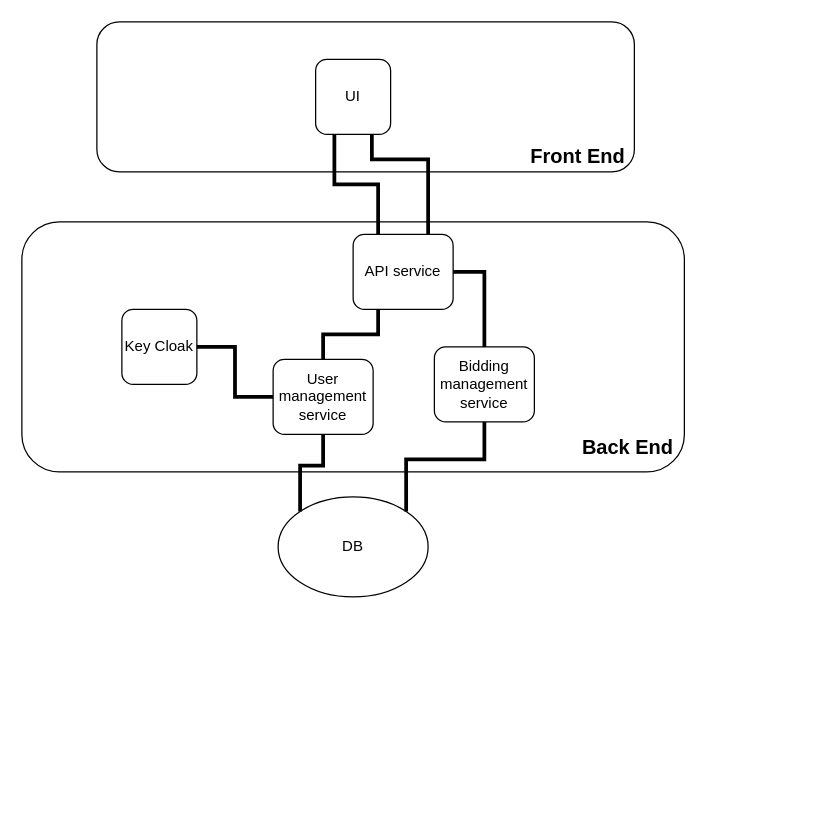
The draw.io diagram Service_diagram.drawio in malshan1998/draw.io, before the edit. Source tidied: cells renumbered, new cells numbered last; positions are measured from the earlier drawing's top-left corner, leaving out a move shared by most shapes. Both pictures are drawn from the tidied source at 125%, with x=0, y=0 at pixel (21, 21).
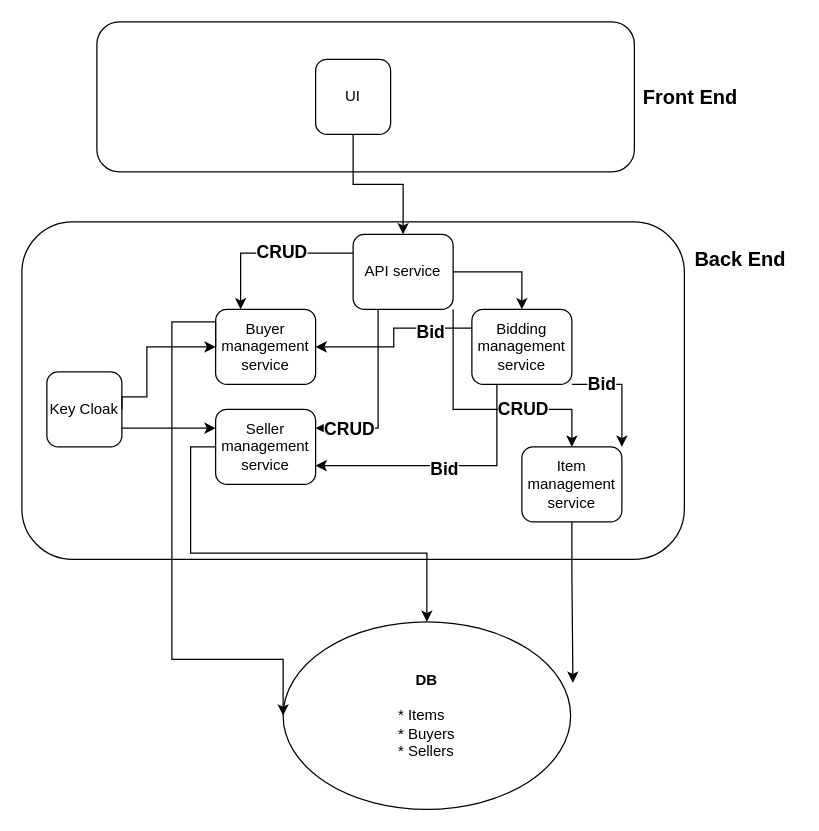
The same diagram, later.

The change refers to these unchanged cells:
```xml
<mxCell id="15" value="UI" style="rounded=1;whiteSpace=wrap;html=1;fillColor=none;" parent="1" vertex="1">
  <mxGeometry x="235" y="30" width="60" height="60" as="geometry" />
</mxCell>
<mxCell id="18" value="API service" style="rounded=1;whiteSpace=wrap;html=1;fillColor=none;" parent="1" vertex="1">
  <mxGeometry x="265" y="170" width="80" height="60" as="geometry" />
</mxCell>
```

Diff of the diagram source:
```diff
@@
-    <mxCell id="2" value="&lt;div&gt;DB&lt;/div&gt;" style="ellipse;whiteSpace=wrap;html=1;fillColor=none;" parent="1" vertex="1">
-      <mxGeometry x="205" y="380" width="120" height="80" as="geometry" />
+    <mxCell id="2" value="&lt;div&gt;&lt;b&gt;DB&lt;/b&gt;&lt;/div&gt;&lt;div align=&quot;left&quot;&gt;&lt;br&gt;&lt;/div&gt;&lt;div align=&quot;left&quot;&gt;* Items&lt;/div&gt;&lt;div align=&quot;left&quot;&gt;* Buyers&lt;/div&gt;&lt;div align=&quot;left&quot;&gt;* Sellers&lt;br&gt;&lt;/div&gt;" style="ellipse;whiteSpace=wrap;html=1;fillColor=none;" parent="1" vertex="1">
+      <mxGeometry x="209" y="480" width="230" height="150" as="geometry" />
     </mxCell>
     <mxCell id="3" style="rounded=1;whiteSpace=wrap;html=1;align=center;fillColor=none;" parent="1" vertex="1">
-      <mxGeometry y="160" width="530" height="200" as="geometry" />
+      <mxGeometry y="160" width="530" height="270" as="geometry" />
     </mxCell>
     <mxCell id="4" value="Back End" style="rounded=0;whiteSpace=wrap;html=1;fillColor=none;strokeColor=none;fontStyle=1;fontSize=16;" parent="1" vertex="1">
-      <mxGeometry x="440" y="330" width="90" height="20" as="geometry" />
+      <mxGeometry x="530" y="180" width="90" height="20" as="geometry" />
     </mxCell>
-    <mxCell id="5" style="edgeStyle=orthogonalEdgeStyle;rounded=0;jettySize=auto;html=1;exitX=1;exitY=0.5;exitDx=0;exitDy=0;entryX=0;entryY=0.5;entryDx=0;entryDy=0;endArrow=none;endFill=0;strokeWidth=3;" parent="1" edge="1" source="6" target="8">
-      <mxGeometry relative="1" as="geometry" />
-    </mxCell>
+    <mxCell id="19" style="edgeStyle=orthogonalEdgeStyle;rounded=0;jettySize=auto;html=1;exitX=1;exitY=0.5;exitDx=0;exitDy=0;entryX=0;entryY=0.5;entryDx=0;entryDy=0;" parent="1" edge="1" source="6" target="35">
+      <mxGeometry relative="1" as="geometry">
+        <Array as="points">
+          <mxPoint x="100" y="300" />
+          <mxPoint x="100" y="260" />
+        </Array>
+      </mxGeometry>
+    </mxCell>
+    <mxCell id="20" style="edgeStyle=orthogonalEdgeStyle;rounded=0;jettySize=auto;html=1;exitX=1;exitY=0.75;exitDx=0;exitDy=0;entryX=0;entryY=0.25;entryDx=0;entryDy=0;" parent="1" edge="1" source="6" target="39">
+      <mxGeometry relative="1" as="geometry">
+        <Array as="points">
+          <mxPoint x="90" y="325" />
+          <mxPoint x="90" y="325" />
+        </Array>
+      </mxGeometry>
+    </mxCell>
     <mxCell id="6" value="Key Cloak" style="rounded=1;whiteSpace=wrap;html=1;fillColor=none;" parent="1" vertex="1">
-      <mxGeometry x="80" y="230" width="60" height="60" as="geometry" />
+      <mxGeometry x="20" y="280" width="60" height="60" as="geometry" />
     </mxCell>
-    <mxCell id="7" style="edgeStyle=orthogonalEdgeStyle;rounded=0;jettySize=auto;html=1;exitX=0.5;exitY=1;exitDx=0;exitDy=0;entryX=0;entryY=0;entryDx=0;entryDy=0;strokeWidth=3;endArrow=none;endFill=0;" parent="1" edge="1" source="8" target="2">
-      <mxGeometry relative="1" as="geometry" />
-    </mxCell>
-    <mxCell id="8" value="User management service" style="rounded=1;whiteSpace=wrap;html=1;fillColor=none;" parent="1" vertex="1">
-      <mxGeometry x="201" y="270" width="80" height="60" as="geometry" />
-    </mxCell>
-    <mxCell id="9" style="edgeStyle=orthogonalEdgeStyle;rounded=0;jettySize=auto;html=1;exitX=0.5;exitY=1;exitDx=0;exitDy=0;entryX=1;entryY=0;entryDx=0;entryDy=0;strokeWidth=3;endArrow=none;endFill=0;" parent="1" edge="1" source="10" target="2">
-      <mxGeometry relative="1" as="geometry" />
-    </mxCell>
+    <mxCell id="21" style="edgeStyle=orthogonalEdgeStyle;rounded=0;jettySize=auto;html=1;exitX=1;exitY=1;exitDx=0;exitDy=0;entryX=0.5;entryY=0;entryDx=0;entryDy=0;" parent="1" edge="1" source="18" target="37">
+      <mxGeometry relative="1" as="geometry">
+        <Array as="points">
+          <mxPoint x="345" y="310" />
+          <mxPoint x="440" y="310" />
+        </Array>
+      </mxGeometry>
+    </mxCell>
+    <mxCell id="22" value="&lt;b&gt;&lt;font style=&quot;font-size: 14px;&quot;&gt;CRUD&lt;/font&gt;&lt;/b&gt;" style="edgeLabel;html=1;align=center;verticalAlign=middle;" parent="21" vertex="1">
+      <mxGeometry x="0.2" y="1" relative="1" as="geometry">
+        <mxPoint x="12" as="offset" />
+      </mxGeometry>
+    </mxCell>
+    <mxCell id="23" style="edgeStyle=orthogonalEdgeStyle;rounded=0;jettySize=auto;html=1;exitX=0;exitY=0.25;exitDx=0;exitDy=0;" parent="1" edge="1" source="10" target="35">
+      <mxGeometry relative="1" as="geometry" />
+    </mxCell>
+    <mxCell id="24" value="&lt;b&gt;&lt;font style=&quot;font-size: 14px;&quot;&gt;Bid&lt;/font&gt;&lt;/b&gt;" style="edgeLabel;html=1;align=center;verticalAlign=middle;" parent="23" vertex="1">
+      <mxGeometry x="-0.51" y="2" relative="1" as="geometry" />
+    </mxCell>
+    <mxCell id="25" style="edgeStyle=orthogonalEdgeStyle;rounded=0;jettySize=auto;html=1;exitX=0.25;exitY=1;exitDx=0;exitDy=0;entryX=1;entryY=0.75;entryDx=0;entryDy=0;" parent="1" edge="1" source="10" target="39">
+      <mxGeometry relative="1" as="geometry" />
+    </mxCell>
+    <mxCell id="26" value="&lt;b&gt;&lt;font style=&quot;font-size: 14px;&quot;&gt;Bid&lt;/font&gt;&lt;/b&gt;" style="edgeLabel;html=1;align=center;verticalAlign=middle;" parent="25" vertex="1">
+      <mxGeometry x="0.03" y="2" relative="1" as="geometry" />
+    </mxCell>
+    <mxCell id="27" style="edgeStyle=orthogonalEdgeStyle;rounded=0;jettySize=auto;html=1;exitX=1;exitY=1;exitDx=0;exitDy=0;entryX=1;entryY=0;entryDx=0;entryDy=0;" parent="1" edge="1" source="10" target="37">
+      <mxGeometry relative="1" as="geometry">
+        <Array as="points">
+          <mxPoint x="480" y="290" />
+        </Array>
+      </mxGeometry>
+    </mxCell>
+    <mxCell id="28" value="&lt;b&gt;&lt;font style=&quot;font-size: 14px;&quot;&gt;Bid&lt;/font&gt;&lt;/b&gt;" style="edgeLabel;html=1;align=center;verticalAlign=middle;" parent="27" vertex="1">
+      <mxGeometry x="-0.49" y="1" relative="1" as="geometry" />
+    </mxCell>
     <mxCell id="10" value="Bidding management service" style="rounded=1;whiteSpace=wrap;html=1;fillColor=none;" parent="1" vertex="1">
-      <mxGeometry x="330" y="260" width="80" height="60" as="geometry" />
+      <mxGeometry x="360" y="230" width="80" height="60" as="geometry" />
     </mxCell>
@@
     <mxCell id="12" value="Front End" style="rounded=0;whiteSpace=wrap;html=1;fillColor=none;strokeColor=none;fontStyle=1;fontSize=16;" parent="1" vertex="1">
-      <mxGeometry x="400" y="100" width="90" height="13.3" as="geometry" />
+      <mxGeometry x="490" y="53.3" width="90" height="13.3" as="geometry" />
     </mxCell>
-    <mxCell id="13" style="edgeStyle=orthogonalEdgeStyle;rounded=0;jettySize=auto;html=1;exitX=0.25;exitY=1;exitDx=0;exitDy=0;entryX=0.25;entryY=0;entryDx=0;entryDy=0;strokeWidth=3;endArrow=none;endFill=0;" parent="1" edge="1" source="15" target="18">
-      <mxGeometry relative="1" as="geometry" />
-    </mxCell>
-    <mxCell id="14" style="edgeStyle=orthogonalEdgeStyle;rounded=0;jettySize=auto;html=1;exitX=0.75;exitY=1;exitDx=0;exitDy=0;entryX=0.75;entryY=0;entryDx=0;entryDy=0;endArrow=none;endFill=0;strokeWidth=3;" parent="1" edge="1" source="15" target="18">
-      <mxGeometry relative="1" as="geometry">
-        <Array as="points">
-          <mxPoint x="280" y="110" />
-          <mxPoint x="325" y="110" />
-        </Array>
-      </mxGeometry>
-    </mxCell>
+    <mxCell id="29" style="edgeStyle=orthogonalEdgeStyle;rounded=0;jettySize=auto;html=1;exitX=0.5;exitY=1;exitDx=0;exitDy=0;entryX=0.5;entryY=0;entryDx=0;entryDy=0;" parent="1" edge="1" source="15" target="18">
+      <mxGeometry relative="1" as="geometry" />
+    </mxCell>
@@
-    <mxCell id="16" style="edgeStyle=orthogonalEdgeStyle;rounded=0;jettySize=auto;html=1;exitX=0.25;exitY=1;exitDx=0;exitDy=0;entryX=0.5;entryY=0;entryDx=0;entryDy=0;strokeWidth=3;endArrow=none;endFill=0;" parent="1" edge="1" source="18" target="8">
-      <mxGeometry relative="1" as="geometry" />
-    </mxCell>
-    <mxCell id="17" style="edgeStyle=orthogonalEdgeStyle;rounded=0;jettySize=auto;html=1;exitX=1;exitY=0.5;exitDx=0;exitDy=0;entryX=0.5;entryY=0;entryDx=0;entryDy=0;strokeWidth=3;endArrow=none;endFill=0;" parent="1" edge="1" source="18" target="10">
+    <mxCell id="17" style="edgeStyle=orthogonalEdgeStyle;rounded=0;jettySize=auto;html=1;exitX=1;exitY=0.5;exitDx=0;exitDy=0;entryX=0.5;entryY=0;entryDx=0;entryDy=0;" parent="1" edge="1" source="18" target="10">
       <mxGeometry relative="1" as="geometry" />
     </mxCell>
+    <mxCell id="30" style="edgeStyle=orthogonalEdgeStyle;rounded=0;jettySize=auto;html=1;exitX=0;exitY=0.25;exitDx=0;exitDy=0;entryX=0.25;entryY=0;entryDx=0;entryDy=0;" parent="1" edge="1" source="18" target="35">
+      <mxGeometry relative="1" as="geometry" />
+    </mxCell>
+    <mxCell id="31" value="&lt;font style=&quot;font-size: 14px;&quot;&gt;CRUD&lt;/font&gt;" style="edgeLabel;html=1;align=center;verticalAlign=middle;strokeColor=#FFFF66;fillColor=#FF6666;fontStyle=1;" parent="30" vertex="1">
+      <mxGeometry x="-0.14" y="-2" relative="1" as="geometry" />
+    </mxCell>
+    <mxCell id="32" style="edgeStyle=orthogonalEdgeStyle;rounded=0;jettySize=auto;html=1;exitX=0.25;exitY=1;exitDx=0;exitDy=0;entryX=1;entryY=0.25;entryDx=0;entryDy=0;" parent="1" edge="1" source="18" target="39">
+      <mxGeometry relative="1" as="geometry" />
+    </mxCell>
+    <mxCell id="33" value="&lt;font style=&quot;font-size: 14px;&quot;&gt;CRUD&lt;/font&gt;" style="edgeLabel;html=1;align=center;verticalAlign=middle;fontStyle=1;" parent="32" vertex="1">
+      <mxGeometry x="0.64" relative="1" as="geometry" />
+    </mxCell>
@@
+    <mxCell id="34" style="edgeStyle=orthogonalEdgeStyle;rounded=0;jettySize=auto;html=1;exitX=0;exitY=0.5;exitDx=0;exitDy=0;entryX=0;entryY=0.5;entryDx=0;entryDy=0;" parent="1" edge="1" source="35" target="2">
+      <mxGeometry relative="1" as="geometry">
+        <Array as="points">
+          <mxPoint x="120" y="240" />
+          <mxPoint x="120" y="510" />
+        </Array>
+      </mxGeometry>
+    </mxCell>
+    <mxCell id="35" value="Buyer management service" style="rounded=1;whiteSpace=wrap;html=1;fillColor=none;" parent="1" vertex="1">
+      <mxGeometry x="155" y="230" width="80" height="60" as="geometry" />
+    </mxCell>
+    <mxCell id="36" style="edgeStyle=orthogonalEdgeStyle;rounded=0;jettySize=auto;html=1;exitX=0.5;exitY=1;exitDx=0;exitDy=0;entryX=1.008;entryY=0.325;entryDx=0;entryDy=0;entryPerimeter=0;" parent="1" edge="1" source="37" target="2">
+      <mxGeometry relative="1" as="geometry" />
+    </mxCell>
+    <mxCell id="37" value="Item management service" style="rounded=1;whiteSpace=wrap;html=1;fillColor=none;" parent="1" vertex="1">
+      <mxGeometry x="400" y="340" width="80" height="60" as="geometry" />
+    </mxCell>
+    <mxCell id="38" style="edgeStyle=orthogonalEdgeStyle;rounded=0;jettySize=auto;html=1;exitX=0;exitY=0.5;exitDx=0;exitDy=0;entryX=0.5;entryY=0;entryDx=0;entryDy=0;" parent="1" edge="1" source="39" target="2">
+      <mxGeometry relative="1" as="geometry" />
+    </mxCell>
+    <mxCell id="39" value="Seller management service" style="rounded=1;whiteSpace=wrap;html=1;fillColor=none;" parent="1" vertex="1">
+      <mxGeometry x="155" y="310" width="80" height="60" as="geometry" />
+    </mxCell>
```
